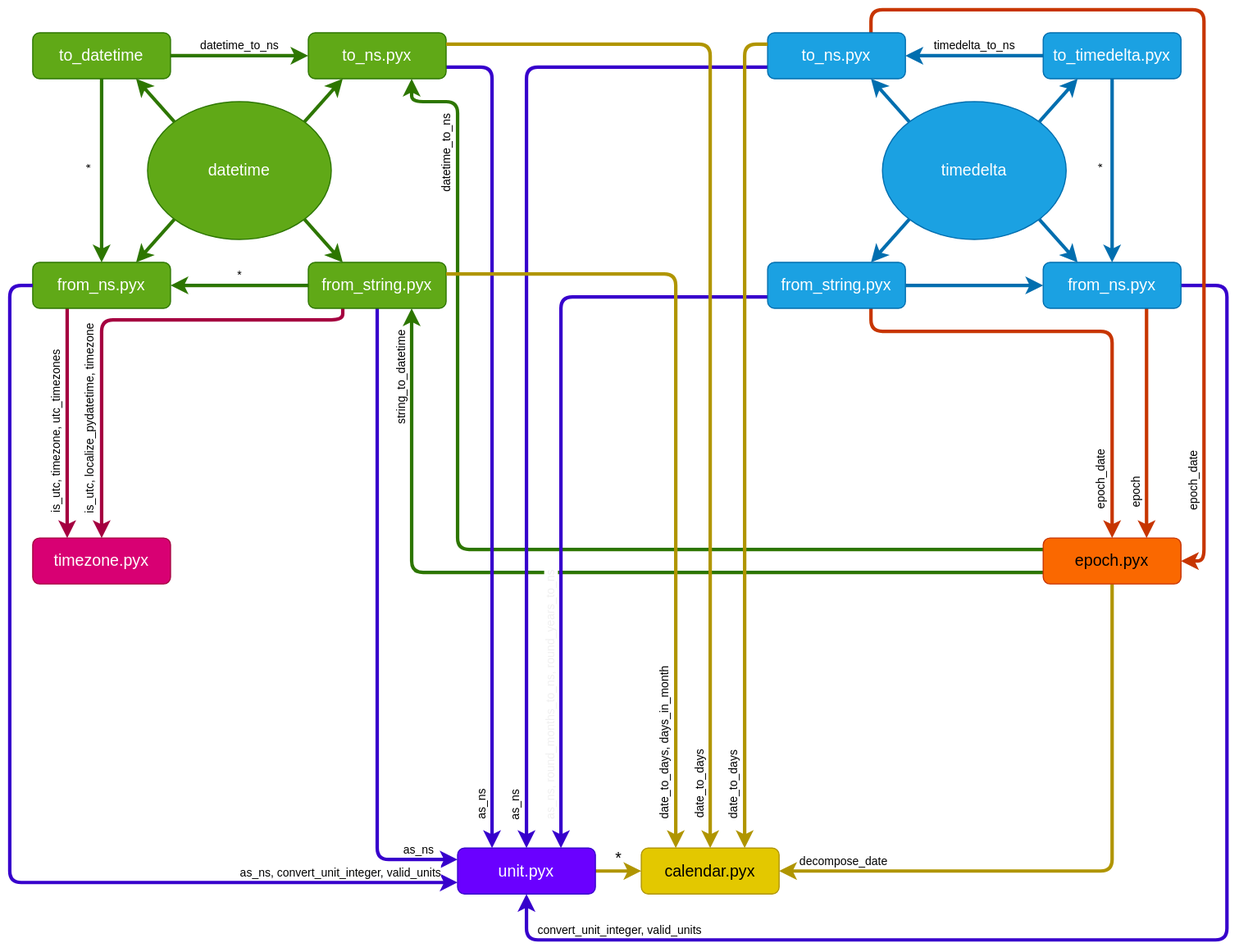
Before: docs/time_dependency.drawio.svg, a diagram exported from draw.io (eerkela/bertrand). Source tidied: cells renumbered, new cells last; positions are measured from the earlier drawing's top-left corner, leaving out a move shared by most shapes.
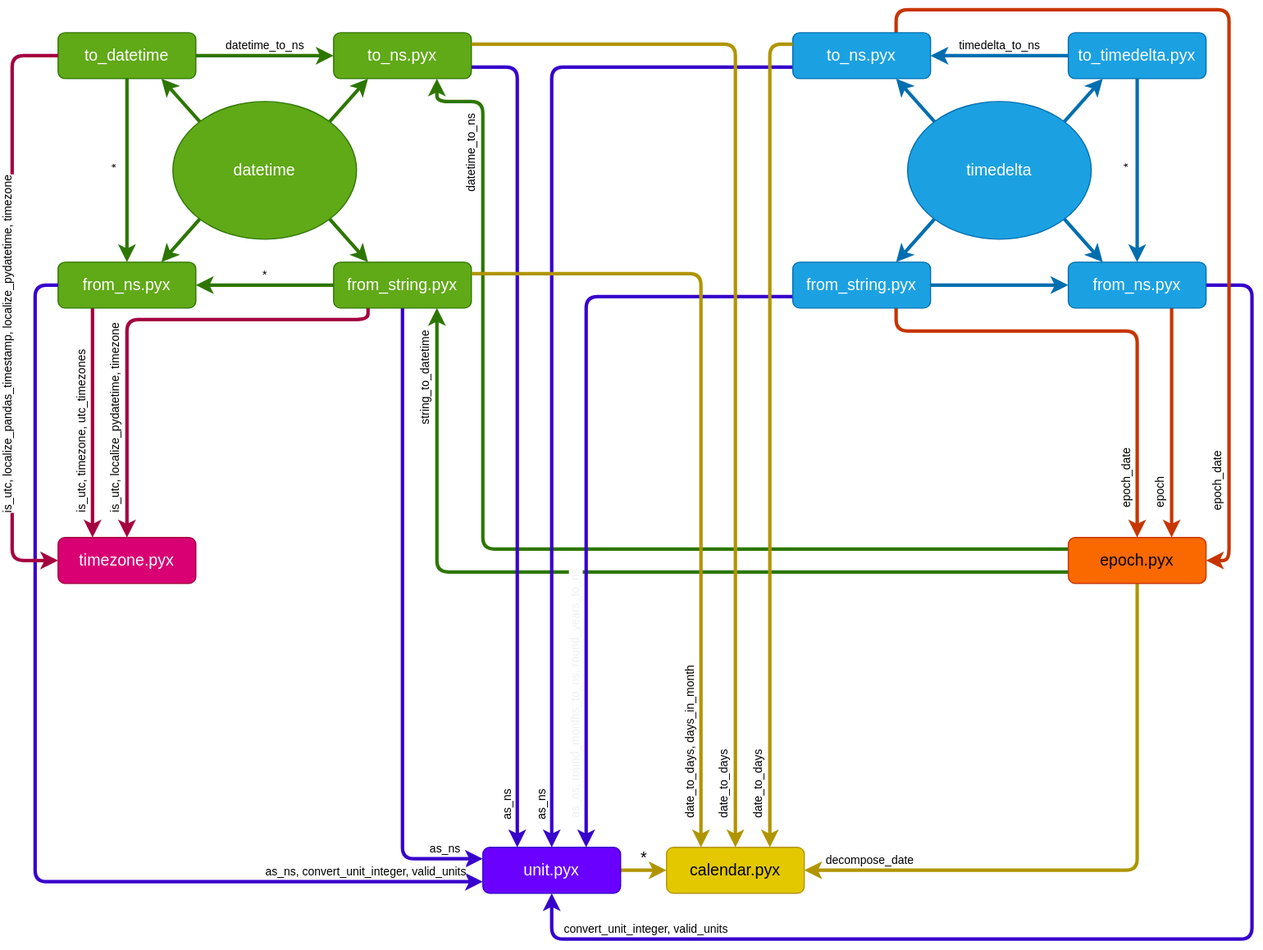
After the change.

Commit message:
add documentation + timezone localization functionality to datetime_to_datetime conversions

Change to the diagram source:
```diff
@@ -212,5 +212,13 @@
         </Array>
       </mxGeometry>
     </mxCell>
+    <mxCell id="48" value="is_utc, localize_pandas_timestamp, localize_pydatetime, timezone" style="edgeStyle=none;html=1;exitX=0;exitY=0.5;exitDx=0;exitDy=0;entryX=0;entryY=0.5;entryDx=0;entryDy=0;strokeWidth=3;fillColor=#d80073;strokeColor=#A50040;verticalAlign=bottom;horizontal=0;fontSize=10;spacingLeft=4;" parent="1" edge="1" source="25" target="43">
+      <mxGeometry x="0.13" relative="1" as="geometry">
+        <Array as="points">
+          <mxPoint x="-20" y="40" />
+          <mxPoint x="-20" y="480" />
+        </Array>
+      </mxGeometry>
+    </mxCell>
   </root>
 </mxGraphModel>
```
